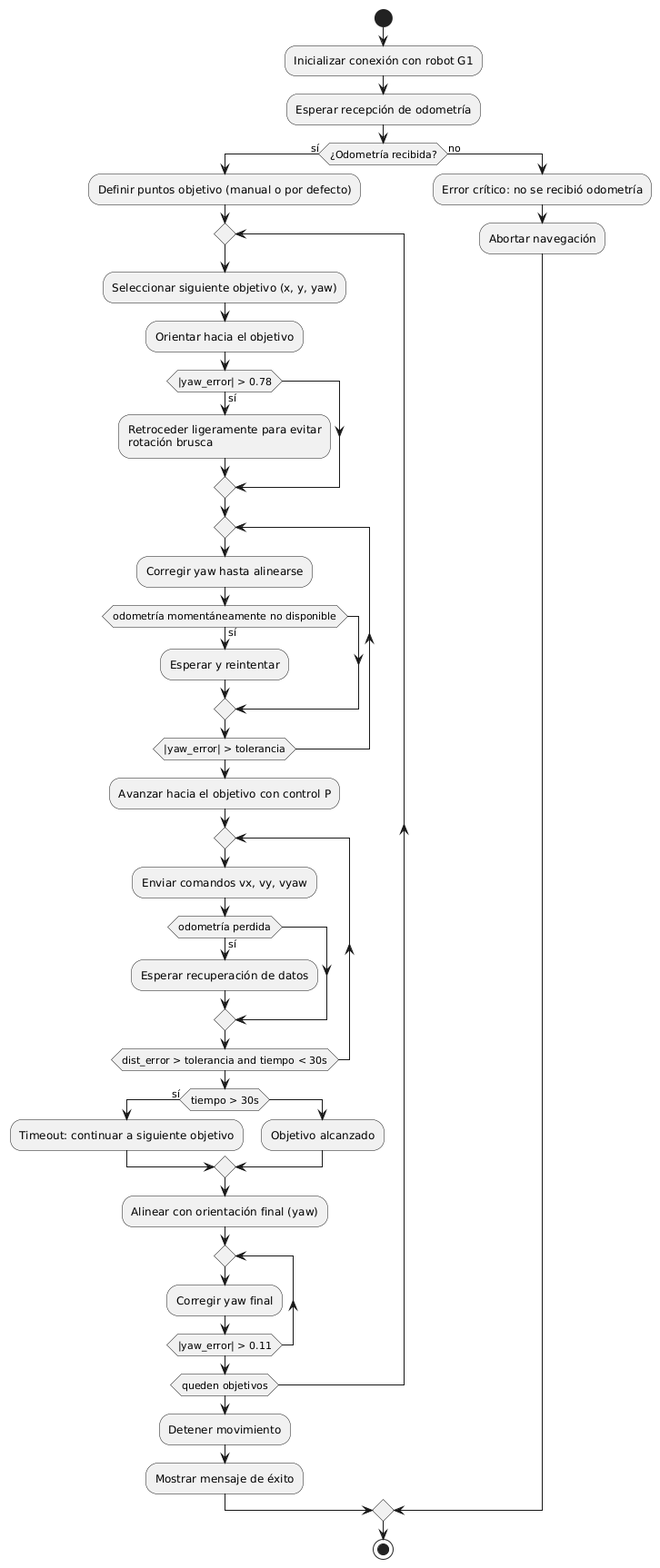
This is assets/img/ejemplos/flujoAlgoritmoOdom.png from dockerobotics40/dockerobotics40.github.io, a PlantUML export, as it was before one commit.
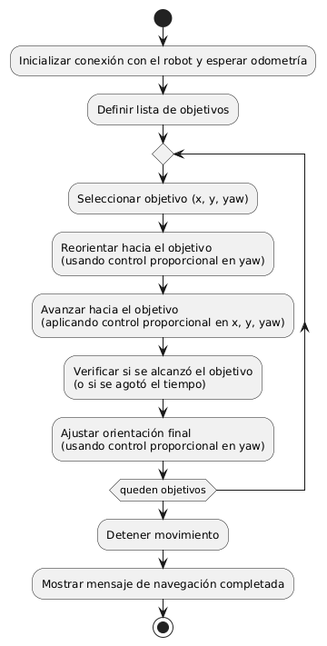
After the commit.

Commit message:
Actualizando simulaciones para mejor entendimiento

Change to the diagram source:
```diff
@@ -1,55 +1,25 @@
 @startuml
 start
 
-:Inicializar conexión con robot G1;
-:Esperar recepción de odometría;
+:Inicializar conexión con el robot y esperar odometría;
 
-if (¿Odometría recibida?) then (sí)
-  :Definir puntos objetivo (manual o por defecto);
+:Definir lista de objetivos;
 
-  repeat
-    :Seleccionar siguiente objetivo (x, y, yaw);
+repeat
+  :Seleccionar objetivo (x, y, yaw);
 
-    :Orientar hacia el objetivo;
-    if (|yaw_error| > 0.78) then (sí)
-      :Retroceder ligeramente para evitar\nrotación brusca;
-    endif
+  :Reorientar hacia el objetivo\n(usando control proporcional en yaw);
 
-    repeat
-      :Corregir yaw hasta alinearse;
-      if (odometría momentáneamente no disponible) then (sí)
-        :Esperar y reintentar;
-      endif
-    repeat while (|yaw_error| > tolerancia)
+  :Avanzar hacia el objetivo\n(aplicando control proporcional en x, y, yaw);
 
-    :Avanzar hacia el objetivo con control P;
-    repeat
-      :Enviar comandos vx, vy, vyaw;
-      if (odometría perdida) then (sí)
-        :Esperar recuperación de datos;
-      endif
-    repeat while (dist_error > tolerancia and tiempo < 30s)
+  :Verificar si se alcanzó el objetivo\n(o si se agotó el tiempo);
 
-    if (tiempo > 30s) then (sí)
-      :Timeout: continuar a siguiente objetivo;
-    else
-      :Objetivo alcanzado;
-    endif
+  :Ajustar orientación final\n(usando control proporcional en yaw);
 
-    :Alinear con orientación final (yaw);
-    repeat
-      :Corregir yaw final;
-    repeat while (|yaw_error| > 0.11)
+repeat while (queden objetivos)
 
-  repeat while (queden objetivos)
-
-  :Detener movimiento;
-  :Mostrar mensaje de éxito;
-
-else (no)
-  :Error crítico: no se recibió odometría;
-  :Abortar navegación;
-endif
+:Detener movimiento;
+:Mostrar mensaje de navegación completada;
 
 stop
 @enduml
```
